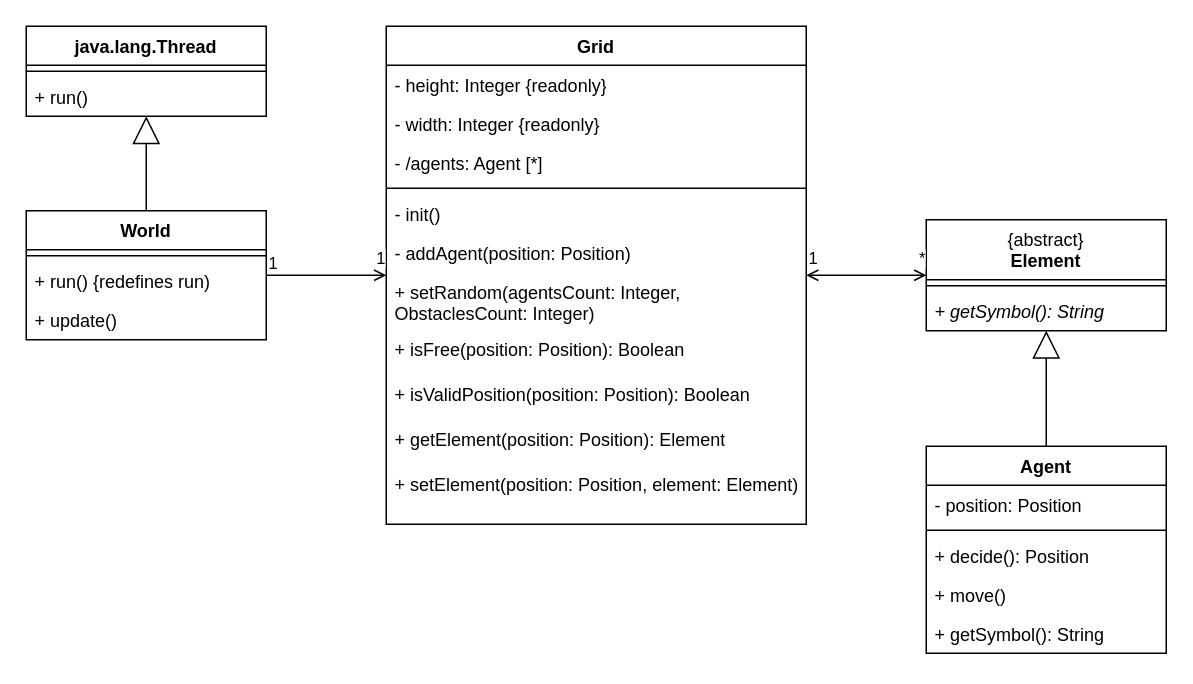
highestPACE/mini-agent-simulation keeps this draw.io diagram as Diagrams/Class Diagram.drawio. Above is the earlier version. Source tidied: cells renumbered, new cells numbered last; positions are measured from the earlier drawing's top-left corner, leaving out a move shared by most shapes. Both pictures are drawn from the tidied source at 150%, with x=0, y=0 at pixel (26, 26).
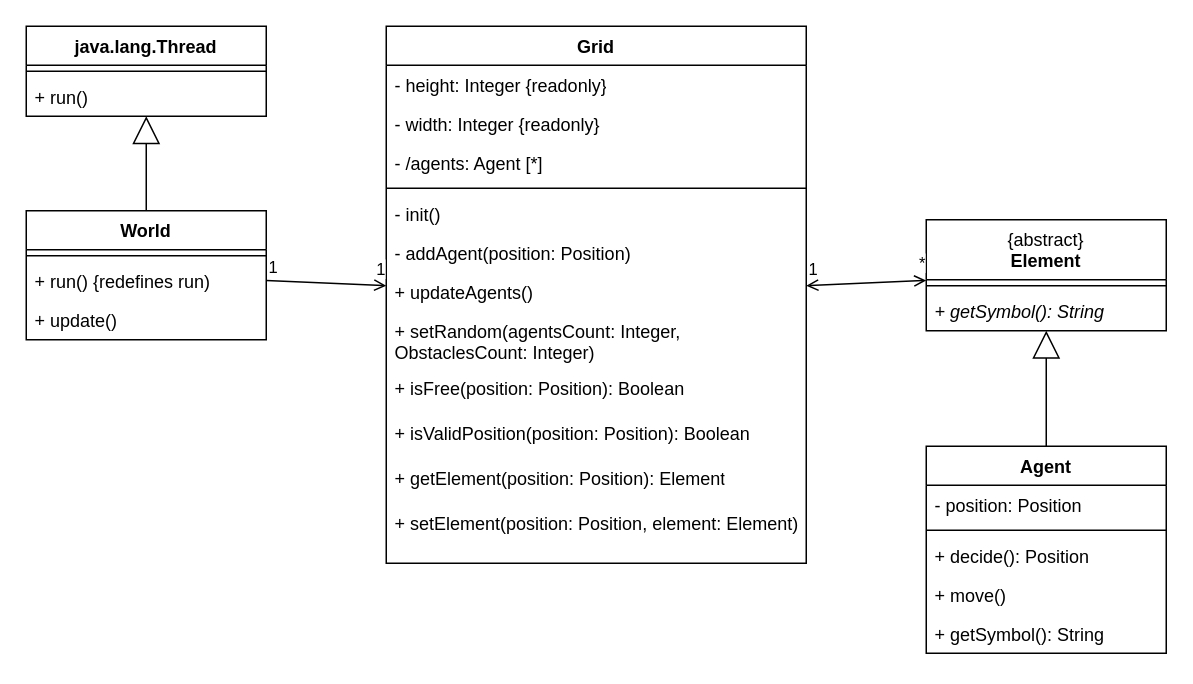
The same diagram, later.

Commit message (it also covers changes not shown here):
Added Grid.UpdateAgents()

Diff of the diagram source:
```diff
@@
     <mxCell id="6" value="Grid" style="swimlane;fontStyle=1;align=center;verticalAlign=top;horizontal=1;startSize=26;whiteSpace=wrap;html=1;" parent="1" vertex="1">
-      <mxGeometry x="240" width="280" height="332" as="geometry" />
+      <mxGeometry x="240" width="280" height="358" as="geometry" />
     </mxCell>
@@
+    <mxCell id="38" value="+ updateAgents()" style="text;strokeColor=none;fillColor=none;align=left;verticalAlign=top;spacingLeft=4;spacingRight=4;overflow=hidden;whiteSpace=wrap;html=1;" parent="6" vertex="1">
+      <mxGeometry y="164" width="280" height="26" as="geometry" />
+    </mxCell>
     <mxCell id="13" value="+ setRandom(agentsCount: Integer, ObstaclesCount: Integer)" style="text;strokeColor=none;fillColor=none;align=left;verticalAlign=top;spacingLeft=4;spacingRight=4;overflow=hidden;whiteSpace=wrap;html=1;" parent="6" vertex="1">
-      <mxGeometry y="164" width="280" height="38" as="geometry" />
+      <mxGeometry y="190" width="280" height="38" as="geometry" />
     </mxCell>
     <mxCell id="14" value="+ isFree(position: Position): Boolean" style="text;strokeColor=none;fillColor=none;align=left;verticalAlign=top;spacingLeft=4;spacingRight=4;overflow=hidden;whiteSpace=wrap;html=1;" parent="6" vertex="1">
-      <mxGeometry y="202" width="280" height="30" as="geometry" />
+      <mxGeometry y="228" width="280" height="30" as="geometry" />
     </mxCell>
     <mxCell id="15" value="+ isValidPosition(position: Position): Boolean" style="text;strokeColor=none;fillColor=none;align=left;verticalAlign=top;spacingLeft=4;spacingRight=4;overflow=hidden;whiteSpace=wrap;html=1;" parent="6" vertex="1">
-      <mxGeometry y="232" width="280" height="30" as="geometry" />
+      <mxGeometry y="258" width="280" height="30" as="geometry" />
     </mxCell>
     <mxCell id="16" value="+ getElement(position: Position): Element" style="text;strokeColor=none;fillColor=none;align=left;verticalAlign=top;spacingLeft=4;spacingRight=4;overflow=hidden;whiteSpace=wrap;html=1;" parent="6" vertex="1">
-      <mxGeometry y="262" width="280" height="30" as="geometry" />
+      <mxGeometry y="288" width="280" height="30" as="geometry" />
     </mxCell>
     <mxCell id="17" value="+ setElement(position: Position, element: Element)" style="text;strokeColor=none;fillColor=none;align=left;verticalAlign=top;spacingLeft=4;spacingRight=4;overflow=hidden;whiteSpace=wrap;html=1;" parent="6" vertex="1">
-      <mxGeometry y="292" width="280" height="40" as="geometry" />
+      <mxGeometry y="318" width="280" height="40" as="geometry" />
     </mxCell>
```
